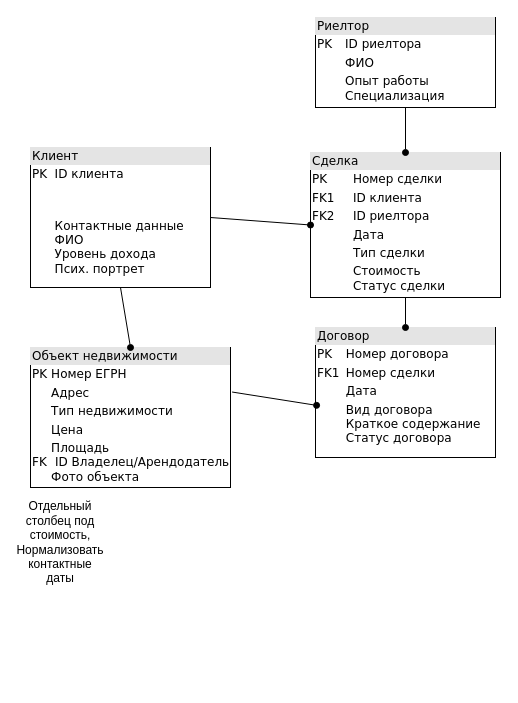
Earlier version of the draw.io diagram page "Реляционная модель" (1 of 2) of Реляционная модель.drawio (Bezzdar/Data-Base). Source tidied: cells renumbered, new cells numbered last; positions are measured from the earlier drawing's top-left corner, leaving out a move shared by most shapes. Both pictures are drawn from the tidied source at 100%, with x=0, y=0 at pixel (30, 17).
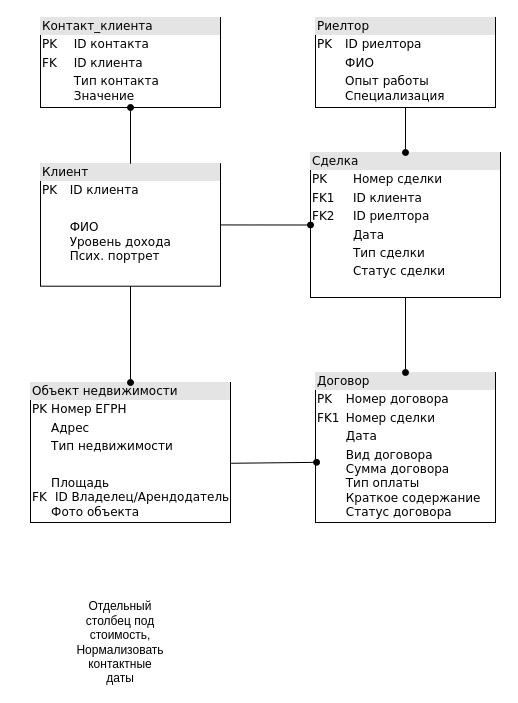
The same page after the edit.

Diff of the diagram source:
```diff
@@
 <mxGraphModel>
   <root>
     <mxCell id="0" />
     <mxCell id="1" parent="0" />
     <mxCell id="2" value="&lt;div style=&quot;box-sizing: border-box; width: 100%; background: rgb(228, 228, 228); padding: 2px;&quot;&gt;Риелтор&lt;/div&gt;&lt;table style=&quot;width:100%;font-size:1em;&quot; cellpadding=&quot;2&quot; cellspacing=&quot;0&quot;&gt;&lt;tbody&gt;&lt;tr&gt;&lt;td&gt;PK&lt;/td&gt;&lt;td&gt;ID риелтора&lt;/td&gt;&lt;/tr&gt;&lt;tr&gt;&lt;td&gt;&lt;br&gt;&lt;/td&gt;&lt;td&gt;ФИО&lt;/td&gt;&lt;/tr&gt;&lt;tr&gt;&lt;td&gt;&lt;/td&gt;&lt;td&gt;Опыт работы&lt;br&gt;Специализация&lt;/td&gt;&lt;/tr&gt;&lt;/tbody&gt;&lt;/table&gt;" style="verticalAlign=top;align=left;overflow=fill;html=1;rounded=0;shadow=0;comic=0;labelBackgroundColor=none;strokeWidth=1;fontFamily=Verdana;fontSize=12;" parent="1" vertex="1">
       <mxGeometry x="285" width="180" height="90" as="geometry" />
     </mxCell>
-    <mxCell id="3" value="&lt;div style=&quot;box-sizing: border-box; width: 100%; background: rgb(228, 228, 228); padding: 2px;&quot;&gt;Договор&lt;/div&gt;&lt;table style=&quot;width: 100% ; font-size: 1em&quot; cellpadding=&quot;2&quot; cellspacing=&quot;0&quot;&gt;&lt;tbody&gt;&lt;tr&gt;&lt;td&gt;PK&lt;/td&gt;&lt;td&gt;Номер договора&lt;/td&gt;&lt;/tr&gt;&lt;tr&gt;&lt;td&gt;FK1&lt;/td&gt;&lt;td&gt;Номер сделки&lt;/td&gt;&lt;/tr&gt;&lt;tr&gt;&lt;td&gt;&lt;/td&gt;&lt;td&gt;Дата&lt;/td&gt;&lt;/tr&gt;&lt;tr&gt;&lt;td&gt;&lt;br&gt;&lt;/td&gt;&lt;td&gt;Вид договора&lt;br&gt;Краткое содержание&lt;br&gt;Статус договора&lt;/td&gt;&lt;/tr&gt;&lt;tr&gt;&lt;td&gt;&lt;/td&gt;&lt;td&gt;&lt;br&gt;&lt;/td&gt;&lt;/tr&gt;&lt;/tbody&gt;&lt;/table&gt;" style="verticalAlign=top;align=left;overflow=fill;html=1;rounded=0;shadow=0;comic=0;labelBackgroundColor=none;strokeWidth=1;fontFamily=Verdana;fontSize=12;perimeterSpacing=0;" parent="1" vertex="1">
-      <mxGeometry x="285" y="310" width="180" height="130" as="geometry" />
+    <mxCell id="3" value="&lt;div style=&quot;box-sizing: border-box; width: 100%; background: rgb(228, 228, 228); padding: 2px;&quot;&gt;Договор&lt;/div&gt;&lt;table style=&quot;width: 100% ; font-size: 1em&quot; cellpadding=&quot;2&quot; cellspacing=&quot;0&quot;&gt;&lt;tbody&gt;&lt;tr&gt;&lt;td&gt;PK&lt;/td&gt;&lt;td&gt;Номер договора&lt;/td&gt;&lt;/tr&gt;&lt;tr&gt;&lt;td&gt;FK1&lt;/td&gt;&lt;td&gt;Номер сделки&lt;/td&gt;&lt;/tr&gt;&lt;tr&gt;&lt;td&gt;&lt;/td&gt;&lt;td&gt;Дата&lt;/td&gt;&lt;/tr&gt;&lt;tr&gt;&lt;td&gt;&lt;br&gt;&lt;/td&gt;&lt;td&gt;Вид договора&lt;br&gt;Сумма договора&lt;br&gt;Тип оплаты&lt;br&gt;Краткое содержание&lt;br&gt;Статус договора&lt;/td&gt;&lt;/tr&gt;&lt;tr&gt;&lt;td&gt;&lt;/td&gt;&lt;td&gt;&lt;br&gt;&lt;/td&gt;&lt;/tr&gt;&lt;/tbody&gt;&lt;/table&gt;" style="verticalAlign=top;align=left;overflow=fill;html=1;rounded=0;shadow=0;comic=0;labelBackgroundColor=none;strokeWidth=1;fontFamily=Verdana;fontSize=12;perimeterSpacing=0;" parent="1" vertex="1">
+      <mxGeometry x="285" y="355" width="180" height="150" as="geometry" />
     </mxCell>
-    <mxCell id="4" value="&lt;div style=&quot;box-sizing: border-box; width: 100%; background: rgb(228, 228, 228); padding: 2px;&quot;&gt;Клиент&lt;/div&gt;&lt;table style=&quot;width:100%;font-size:1em;&quot; cellpadding=&quot;2&quot; cellspacing=&quot;0&quot;&gt;&lt;tbody&gt;&lt;tr&gt;&lt;td&gt;PK&lt;/td&gt;&lt;td&gt;ID клиента&lt;/td&gt;&lt;/tr&gt;&lt;tr&gt;&lt;td&gt;&lt;br&gt;&lt;/td&gt;&lt;td&gt;&lt;br&gt;&lt;/td&gt;&lt;/tr&gt;&lt;tr&gt;&lt;td&gt;&lt;/td&gt;&lt;td&gt;&lt;br&gt;Контактные данные&lt;br&gt;ФИО&lt;br&gt;Уровень дохода&lt;br&gt;Псих. портрет&lt;br&gt;&lt;br&gt;&lt;/td&gt;&lt;/tr&gt;&lt;/tbody&gt;&lt;/table&gt;" style="verticalAlign=top;align=left;overflow=fill;html=1;rounded=0;shadow=0;comic=0;labelBackgroundColor=none;strokeWidth=1;fontFamily=Verdana;fontSize=12;" parent="1" vertex="1">
-      <mxGeometry y="130" width="180" height="140" as="geometry" />
+    <mxCell id="4" value="&lt;div style=&quot;box-sizing: border-box; width: 100%; background: rgb(228, 228, 228); padding: 2px;&quot;&gt;Клиент&lt;/div&gt;&lt;table style=&quot;width:100%;font-size:1em;&quot; cellpadding=&quot;2&quot; cellspacing=&quot;0&quot;&gt;&lt;tbody&gt;&lt;tr&gt;&lt;td&gt;PK&lt;/td&gt;&lt;td&gt;ID клиента&lt;br&gt;&lt;/td&gt;&lt;/tr&gt;&lt;tr&gt;&lt;td&gt;&lt;br&gt;&lt;/td&gt;&lt;td&gt;&lt;br&gt;&lt;/td&gt;&lt;/tr&gt;&lt;tr&gt;&lt;td&gt;&lt;/td&gt;&lt;td&gt;ФИО&lt;br&gt;Уровень дохода&lt;br&gt;Псих. портрет&lt;br&gt;&lt;/td&gt;&lt;/tr&gt;&lt;/tbody&gt;&lt;/table&gt;" style="verticalAlign=top;align=left;overflow=fill;html=1;rounded=0;shadow=0;comic=0;labelBackgroundColor=none;strokeWidth=1;fontFamily=Verdana;fontSize=12;" parent="1" vertex="1">
+      <mxGeometry x="10" y="146.2" width="180" height="122.5" as="geometry" />
     </mxCell>
-    <mxCell id="5" value="&lt;div style=&quot;box-sizing: border-box; width: 100%; background: rgb(228, 228, 228); padding: 2px;&quot;&gt;Объект недвижимости&lt;/div&gt;&lt;table style=&quot;width: 100% ; font-size: 1em&quot; cellpadding=&quot;2&quot; cellspacing=&quot;0&quot;&gt;&lt;tbody&gt;&lt;tr&gt;&lt;td&gt;PK&lt;/td&gt;&lt;td&gt;Номер ЕГРН&lt;/td&gt;&lt;/tr&gt;&lt;tr&gt;&lt;td&gt;&lt;br&gt;&lt;/td&gt;&lt;td&gt;Адрес&lt;/td&gt;&lt;/tr&gt;&lt;tr&gt;&lt;td&gt;&lt;/td&gt;&lt;td&gt;Тип недвижимости&lt;/td&gt;&lt;/tr&gt;&lt;tr&gt;&lt;td&gt;&lt;br&gt;&lt;/td&gt;&lt;td&gt;Цена&lt;/td&gt;&lt;/tr&gt;&lt;tr&gt;&lt;td&gt;FK&lt;/td&gt;&lt;td&gt;Площадь&lt;br&gt;&amp;nbsp;ID Владелец/Арендодатель&lt;br&gt;Фото объекта&lt;/td&gt;&lt;/tr&gt;&lt;/tbody&gt;&lt;/table&gt;" style="verticalAlign=top;align=left;overflow=fill;html=1;rounded=0;shadow=0;comic=0;labelBackgroundColor=none;strokeWidth=1;fontFamily=Verdana;fontSize=12;" parent="1" vertex="1">
-      <mxGeometry y="330" width="200" height="140" as="geometry" />
+    <mxCell id="5" value="&lt;div style=&quot;box-sizing: border-box; width: 100%; background: rgb(228, 228, 228); padding: 2px;&quot;&gt;Объект недвижимости&lt;/div&gt;&lt;table style=&quot;width: 100% ; font-size: 1em&quot; cellpadding=&quot;2&quot; cellspacing=&quot;0&quot;&gt;&lt;tbody&gt;&lt;tr&gt;&lt;td&gt;PK&lt;/td&gt;&lt;td&gt;Номер ЕГРН&lt;/td&gt;&lt;/tr&gt;&lt;tr&gt;&lt;td&gt;&lt;br&gt;&lt;/td&gt;&lt;td&gt;Адрес&lt;/td&gt;&lt;/tr&gt;&lt;tr&gt;&lt;td&gt;&lt;/td&gt;&lt;td&gt;Тип недвижимости&lt;/td&gt;&lt;/tr&gt;&lt;tr&gt;&lt;td&gt;&lt;br&gt;&lt;/td&gt;&lt;td&gt;&lt;br&gt;&lt;/td&gt;&lt;/tr&gt;&lt;tr&gt;&lt;td&gt;FK&lt;/td&gt;&lt;td&gt;Площадь&lt;br&gt;&amp;nbsp;ID Владелец/Арендодатель&lt;br&gt;Фото объекта&lt;/td&gt;&lt;/tr&gt;&lt;/tbody&gt;&lt;/table&gt;" style="verticalAlign=top;align=left;overflow=fill;html=1;rounded=0;shadow=0;comic=0;labelBackgroundColor=none;strokeWidth=1;fontFamily=Verdana;fontSize=12;" parent="1" vertex="1">
+      <mxGeometry y="365" width="200" height="140" as="geometry" />
     </mxCell>
-    <mxCell id="6" value="&lt;div style=&quot;box-sizing: border-box; width: 100%; background: rgb(228, 228, 228); padding: 2px;&quot;&gt;Сделка&lt;/div&gt;&lt;table style=&quot;width: 100% ; font-size: 1em&quot; cellpadding=&quot;2&quot; cellspacing=&quot;0&quot;&gt;&lt;tbody&gt;&lt;tr&gt;&lt;td&gt;PK&lt;/td&gt;&lt;td&gt;Номер сделки&lt;/td&gt;&lt;/tr&gt;&lt;tr&gt;&lt;td&gt;FK1&lt;/td&gt;&lt;td&gt;ID клиента&lt;/td&gt;&lt;/tr&gt;&lt;tr&gt;&lt;td&gt;FK2&lt;/td&gt;&lt;td&gt;ID риелтора&lt;/td&gt;&lt;/tr&gt;&lt;tr&gt;&lt;td&gt;&lt;br&gt;&lt;/td&gt;&lt;td&gt;Дата&lt;br&gt;&lt;/td&gt;&lt;/tr&gt;&lt;tr&gt;&lt;td&gt;&lt;br&gt;&lt;/td&gt;&lt;td&gt;Тип сделки&lt;br&gt;&lt;/td&gt;&lt;/tr&gt;&lt;tr&gt;&lt;td&gt;&lt;br&gt;&lt;/td&gt;&lt;td&gt;Стоимость&lt;br&gt;Статус сделки&lt;/td&gt;&lt;/tr&gt;&lt;/tbody&gt;&lt;/table&gt;" style="verticalAlign=top;align=left;overflow=fill;html=1;rounded=0;shadow=0;comic=0;labelBackgroundColor=none;strokeWidth=1;fontFamily=Verdana;fontSize=12;" parent="1" vertex="1">
+    <mxCell id="6" value="&lt;div style=&quot;box-sizing: border-box; width: 100%; background: rgb(228, 228, 228); padding: 2px;&quot;&gt;Сделка&lt;/div&gt;&lt;table style=&quot;width: 100% ; font-size: 1em&quot; cellpadding=&quot;2&quot; cellspacing=&quot;0&quot;&gt;&lt;tbody&gt;&lt;tr&gt;&lt;td&gt;PK&lt;/td&gt;&lt;td&gt;Номер сделки&lt;/td&gt;&lt;/tr&gt;&lt;tr&gt;&lt;td&gt;FK1&lt;/td&gt;&lt;td&gt;ID клиента&lt;/td&gt;&lt;/tr&gt;&lt;tr&gt;&lt;td&gt;FK2&lt;/td&gt;&lt;td&gt;ID риелтора&lt;/td&gt;&lt;/tr&gt;&lt;tr&gt;&lt;td&gt;&lt;br&gt;&lt;/td&gt;&lt;td&gt;Дата&lt;br&gt;&lt;/td&gt;&lt;/tr&gt;&lt;tr&gt;&lt;td&gt;&lt;br&gt;&lt;/td&gt;&lt;td&gt;Тип сделки&lt;br&gt;&lt;/td&gt;&lt;/tr&gt;&lt;tr&gt;&lt;td&gt;&lt;br&gt;&lt;/td&gt;&lt;td&gt;Статус сделки&lt;/td&gt;&lt;/tr&gt;&lt;/tbody&gt;&lt;/table&gt;" style="verticalAlign=top;align=left;overflow=fill;html=1;rounded=0;shadow=0;comic=0;labelBackgroundColor=none;strokeWidth=1;fontFamily=Verdana;fontSize=12;" parent="1" vertex="1">
       <mxGeometry x="280" y="135" width="190" height="145" as="geometry" />
     </mxCell>
     <mxCell id="7" style="endArrow=oval;html=1;rounded=0;exitX=1;exitY=0.5;exitDx=0;exitDy=0;entryX=0;entryY=0.5;entryDx=0;entryDy=0;endFill=1;" parent="1" edge="1" source="4" target="6">
       <mxGeometry relative="1" as="geometry" />
     </mxCell>
     <mxCell id="8" style="endArrow=oval;html=1;rounded=0;exitX=0.5;exitY=1;exitDx=0;exitDy=0;endFill=1;entryX=0.5;entryY=0;entryDx=0;entryDy=0;" parent="1" edge="1" source="2" target="6">
       <mxGeometry relative="1" as="geometry" />
     </mxCell>
     <mxCell id="9" style="endArrow=none;html=1;rounded=0;entryX=0.5;entryY=1;entryDx=0;entryDy=0;endFill=1;exitX=0.5;exitY=0;exitDx=0;exitDy=0;startArrow=oval;startFill=1;" parent="1" edge="1" source="3" target="6">
       <mxGeometry relative="1" as="geometry" />
     </mxCell>
     <mxCell id="10" style="endArrow=none;html=1;rounded=0;entryX=0.5;entryY=1;entryDx=0;entryDy=0;exitX=0.5;exitY=0;exitDx=0;exitDy=0;endFill=1;startArrow=oval;startFill=1;" parent="1" edge="1" source="5" target="4">
       <mxGeometry relative="1" as="geometry" />
     </mxCell>
-    <mxCell id="11" style="endArrow=oval;html=1;rounded=0;exitX=1.008;exitY=0.318;exitDx=0;exitDy=0;exitPerimeter=0;entryX=0.006;entryY=0.599;entryDx=0;entryDy=0;entryPerimeter=0;endFill=1;" parent="1" edge="1" source="5" target="3">
+    <mxCell id="11" style="endArrow=oval;html=1;rounded=0;entryX=0.006;entryY=0.599;entryDx=0;entryDy=0;entryPerimeter=0;endFill=1;exitX=1.003;exitY=0.577;exitDx=0;exitDy=0;exitPerimeter=0;" parent="1" edge="1" source="5" target="3">
       <mxGeometry relative="1" as="geometry" />
     </mxCell>
     <mxCell id="12" value="Отдельный столбец под стоимость,&lt;br&gt;Нормализовать контактные даты" style="text;html=1;align=center;verticalAlign=middle;whiteSpace=wrap;rounded=0;" parent="1" vertex="1">
-      <mxGeometry y="510" width="60" height="30" as="geometry" />
+      <mxGeometry x="60" y="610" width="60" height="30" as="geometry" />
     </mxCell>
+    <mxCell id="13" value="&lt;div style=&quot;box-sizing: border-box; width: 100%; background: rgb(228, 228, 228); padding: 2px;&quot;&gt;Контакт_клиента&lt;/div&gt;&lt;table style=&quot;width:100%;font-size:1em;&quot; cellpadding=&quot;2&quot; cellspacing=&quot;0&quot;&gt;&lt;tbody&gt;&lt;tr&gt;&lt;td&gt;PK&lt;/td&gt;&lt;td&gt;ID контакта&lt;br&gt;&lt;/td&gt;&lt;/tr&gt;&lt;tr&gt;&lt;td&gt;FK&lt;/td&gt;&lt;td&gt;ID клиента&lt;/td&gt;&lt;/tr&gt;&lt;tr&gt;&lt;td&gt;&lt;/td&gt;&lt;td&gt;Тип контакта&lt;br&gt;Значение&lt;br&gt;&lt;br&gt;&lt;/td&gt;&lt;/tr&gt;&lt;/tbody&gt;&lt;/table&gt;" style="verticalAlign=top;align=left;overflow=fill;html=1;rounded=0;shadow=0;comic=0;labelBackgroundColor=none;strokeWidth=1;fontFamily=Verdana;fontSize=12;" parent="1" vertex="1">
+      <mxGeometry x="10" width="180" height="90" as="geometry" />
+    </mxCell>
+    <mxCell id="14" style="endArrow=none;html=1;rounded=0;entryX=0.5;entryY=0;entryDx=0;entryDy=0;exitX=0.5;exitY=1;exitDx=0;exitDy=0;endFill=1;startArrow=oval;startFill=1;" parent="1" edge="1" source="13" target="4">
+      <mxGeometry relative="1" as="geometry" />
+    </mxCell>
   </root>
 </mxGraphModel>
```
